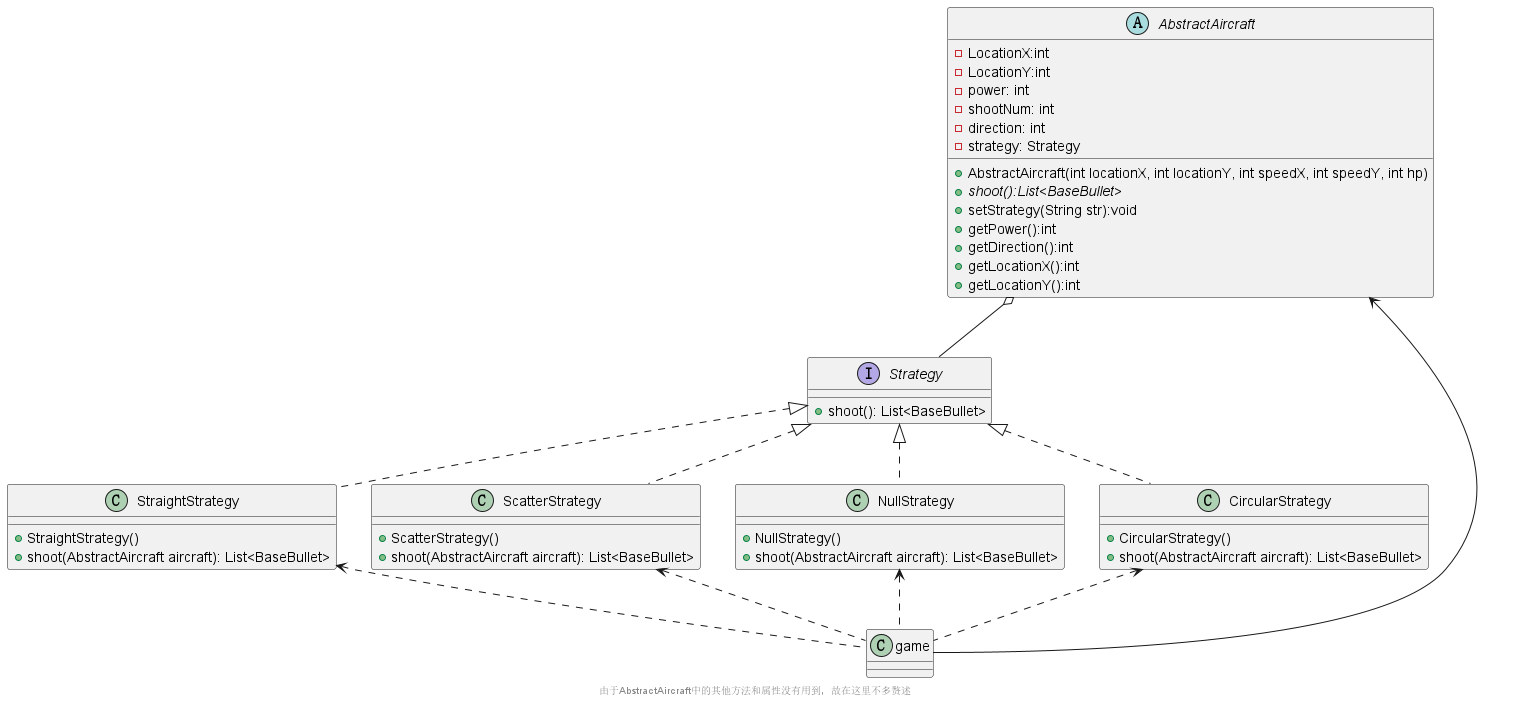
Before: uml图提交/策略类.png, a diagram exported from PlantUML (jangyicheng/Java-wargame). Its diagram source:
```plantuml
@startuml

interface Strategy{
+shoot(): List<BaseBullet>
}
class StraightStrategy implements Strategy{
 + StraightStrategy()
+shoot(AbstractAircraft aircraft): List<BaseBullet>
}
class ScatterStrategy implements Strategy{
 + ScatterStrategy()
+shoot(AbstractAircraft aircraft): List<BaseBullet>
}
class NullStrategy implements Strategy{
  + NullStrategy()
+shoot(AbstractAircraft aircraft): List<BaseBullet>
 }
class CircularStrategy implements Strategy{
  + CircularStrategy()
+shoot(AbstractAircraft aircraft): List<BaseBullet>
 }
 abstract class AbstractAircraft
 {
        -LocationX:int
             -LocationY:int
     -power: int
     -shootNum: int
     -direction: int
     -strategy: Strategy
     + AbstractAircraft(int locationX, int locationY, int speedX, int speedY, int hp)
     + {abstract} shoot():List<BaseBullet>
     + setStrategy(String str):void
     +getPower():int
      +getDirection():int
      +getLocationX():int
     +getLocationY():int
  }
  class game
  {
  }

  AbstractAircraft o-- Strategy
 AbstractAircraft <--    game
  CircularStrategy <.. game
  ScatterStrategy <.. game
StraightStrategy <.. game
    NullStrategy <.. game

      footer 由于AbstractAircraft中的其他方法和属性没有用到，故在这里不多赘述
@enduml
```
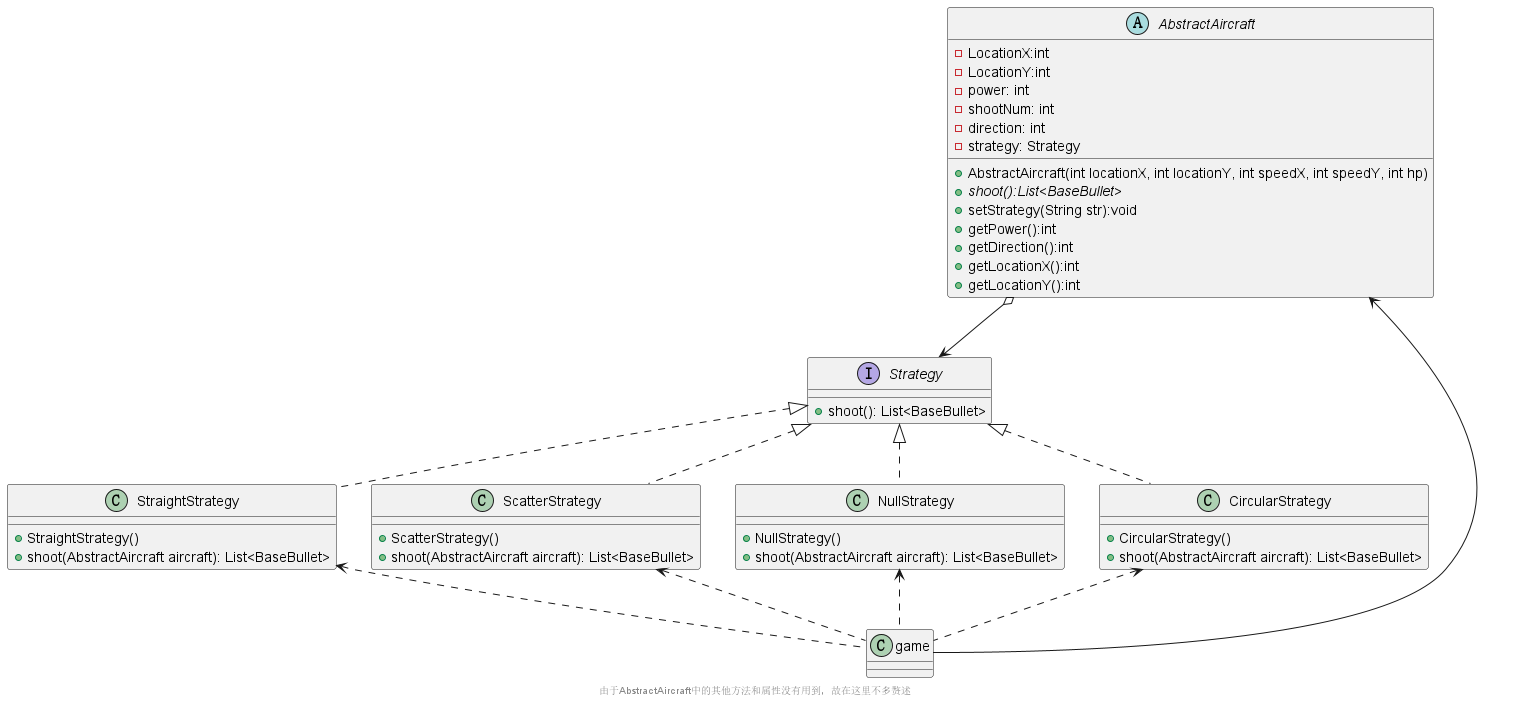
The same file after the commit.

Diff of the diagram source:
```diff
@@ -39,8 +39,8 @@
   {
   }
 
-  AbstractAircraft o-- Strategy
- AbstractAircraft <--    game
+  AbstractAircraft o--> Strategy
+  AbstractAircraft <--  game
   CircularStrategy <.. game
   ScatterStrategy <.. game
 StraightStrategy <.. game
```
